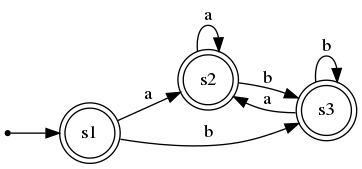
Before: example/img/dfa.gv.png, a diagram exported from Graphviz (vrnch/RE2FA). Its source is kept beside it as example/img/dfa.gv.
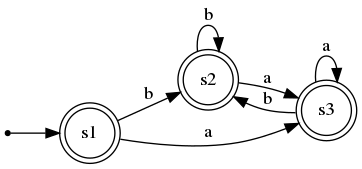
Later version of the same file.

Commit message:
Add a sequence diagram (plantuml.txt)

Diff of the diagram source:
```diff
@@ -5,12 +5,12 @@
 	s2
 	s3
 	node [shape=circle]
-	s1 -> s2 [label=a]
-	s1 -> s3 [label=b]
-	s3 -> s2 [label=a]
-	s3 -> s3 [label=b]
-	s2 -> s2 [label=a]
-	s2 -> s3 [label=b]
+	s1 -> s2 [label=b]
+	s1 -> s3 [label=a]
+	s3 -> s2 [label=b]
+	s3 -> s3 [label=a]
+	s2 -> s2 [label=b]
+	s2 -> s3 [label=a]
 	node [shape=point]
 	"" -> s1
 }
```
